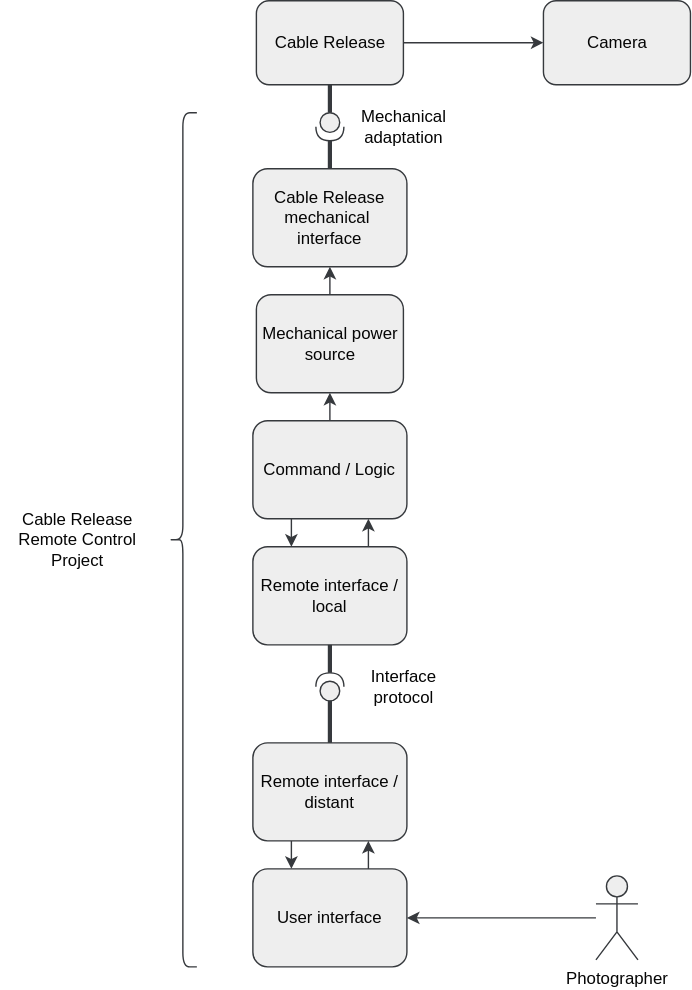
Above: images/functional_design.svg in sebastienroy/cable_release_remote_control (draw.io), before the change. Source tidied: cells renumbered, new cells last; positions are measured from the earlier drawing's top-left corner, leaving out a move shared by most shapes.
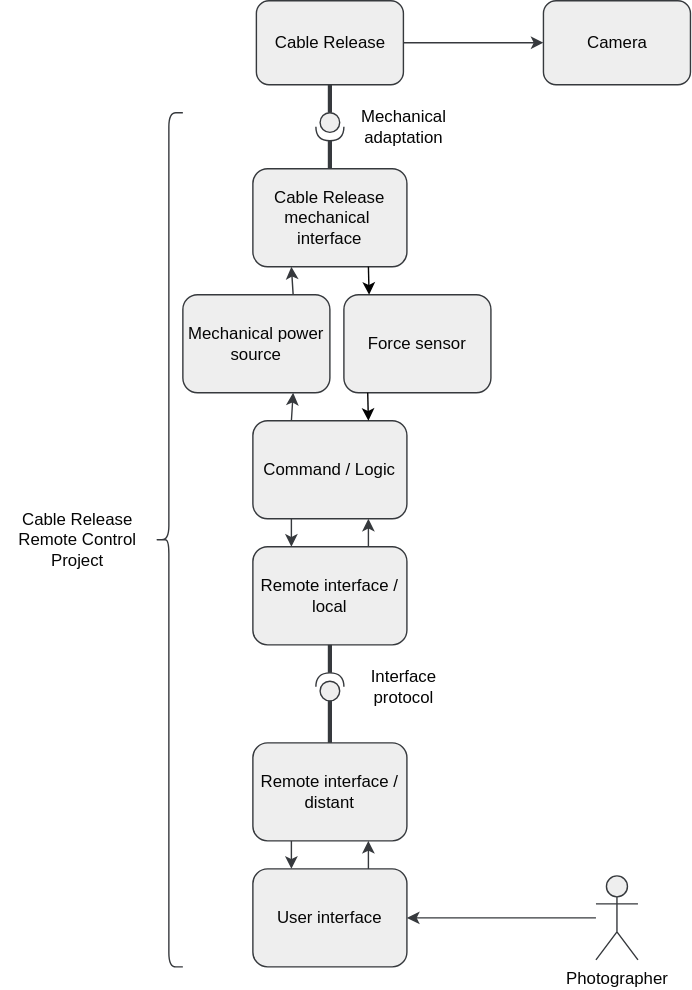
Later version of the same file.

Change to the diagram source:
```diff
@@ -26,7 +26,7 @@
     <mxCell id="9" style="endArrow=none;startArrow=none;endFill=0;startFill=0;endSize=8;html=1;verticalAlign=bottom;labelBackgroundColor=none;strokeWidth=3;exitX=1;exitY=0.5;exitDx=0;exitDy=0;exitPerimeter=0;entryX=0.5;entryY=0;entryDx=0;entryDy=0;strokeColor=#36393d;fillColor=#eeeeee;fontColor=#050505;" parent="1" edge="1" source="7" target="4">
       <mxGeometry relative="1" as="geometry" />
     </mxCell>
-    <mxCell id="10" style="edgeStyle=none;html=1;exitX=0.5;exitY=0;exitDx=0;exitDy=0;entryX=0.5;entryY=1;entryDx=0;entryDy=0;strokeColor=#36393d;fillColor=#eeeeee;fontColor=#050505;" parent="1" edge="1" source="12" target="14">
+    <mxCell id="10" style="edgeStyle=none;html=1;strokeColor=#36393d;fillColor=#eeeeee;fontColor=#050505;exitX=0.25;exitY=0;exitDx=0;exitDy=0;entryX=0.75;entryY=1;entryDx=0;entryDy=0;" parent="1" edge="1" source="12" target="14">
       <mxGeometry relative="1" as="geometry" />
     </mxCell>
     <mxCell id="11" style="edgeStyle=none;html=1;exitX=0.25;exitY=1;exitDx=0;exitDy=0;entryX=0.25;entryY=0;entryDx=0;entryDy=0;strokeColor=#36393d;fillColor=#eeeeee;fontColor=#050505;" parent="1" edge="1" source="12" target="18">
@@ -35,11 +35,11 @@
     <mxCell id="12" value="Command / Logic" style="rounded=1;whiteSpace=wrap;html=1;strokeColor=#36393d;fillColor=#eeeeee;fontColor=#050505;" parent="1" vertex="1">
       <mxGeometry x="180" y="300" width="110" height="70" as="geometry" />
     </mxCell>
-    <mxCell id="13" style="edgeStyle=none;html=1;exitX=0.5;exitY=0;exitDx=0;exitDy=0;entryX=0.5;entryY=1;entryDx=0;entryDy=0;strokeColor=#36393d;fillColor=#eeeeee;fontColor=#050505;" parent="1" edge="1" source="14" target="4">
+    <mxCell id="13" style="edgeStyle=none;html=1;exitX=0.75;exitY=0;exitDx=0;exitDy=0;entryX=0.25;entryY=1;entryDx=0;entryDy=0;strokeColor=#36393d;fillColor=#eeeeee;fontColor=#050505;" parent="1" edge="1" source="14" target="4">
       <mxGeometry relative="1" as="geometry" />
     </mxCell>
     <mxCell id="14" value="Mechanical power source" style="rounded=1;whiteSpace=wrap;html=1;strokeColor=#36393d;fillColor=#eeeeee;fontColor=#050505;" parent="1" vertex="1">
-      <mxGeometry x="182.5" y="210" width="105" height="70" as="geometry" />
+      <mxGeometry x="130" y="210" width="105" height="70" as="geometry" />
     </mxCell>
     <mxCell id="15" style="edgeStyle=none;html=1;exitX=0.25;exitY=1;exitDx=0;exitDy=0;entryX=0.25;entryY=0;entryDx=0;entryDy=0;strokeColor=#36393d;fillColor=#eeeeee;fontColor=#050505;" parent="1" edge="1" source="16" target="20">
       <mxGeometry relative="1" as="geometry" />
@@ -78,10 +78,21 @@
       <mxGeometry x="257.5" y="75" width="60" height="30" as="geometry" />
     </mxCell>
     <mxCell id="27" style="shape=curlyBracket;whiteSpace=wrap;html=1;rounded=1;labelPosition=left;verticalLabelPosition=middle;align=right;verticalAlign=middle;strokeColor=#36393d;fillColor=#eeeeee;fontColor=#050505;" parent="1" vertex="1">
-      <mxGeometry x="120" y="80" width="20" height="610" as="geometry" />
+      <mxGeometry x="110" y="80" width="20" height="610" as="geometry" />
     </mxCell>
     <mxCell id="28" value="Cable Release Remote Control Project" style="text;html=1;strokeColor=none;fillColor=none;align=center;verticalAlign=middle;whiteSpace=wrap;rounded=0;fontColor=#050505;" parent="1" vertex="1">
       <mxGeometry y="355" width="110" height="60" as="geometry" />
     </mxCell>
+    <mxCell id="29" value="Force sensor" style="rounded=1;whiteSpace=wrap;html=1;strokeColor=#36393d;fillColor=#eeeeee;fontColor=#050505;" parent="1" vertex="1">
+      <mxGeometry x="245" y="210" width="105" height="70" as="geometry" />
+    </mxCell>
+    <mxCell id="30" style="edgeStyle=none;html=1;exitX=0.162;exitY=1;exitDx=0;exitDy=0;strokeColor=#030303;exitPerimeter=0;entryX=0.75;entryY=0;entryDx=0;entryDy=0;" parent="1" edge="1" source="29" target="12">
+      <mxGeometry relative="1" as="geometry" />
+    </mxCell>
+    <mxCell id="31" style="edgeStyle=none;html=1;exitX=0.75;exitY=1;exitDx=0;exitDy=0;strokeColor=#030303;" parent="1" edge="1" source="4">
+      <mxGeometry relative="1" as="geometry">
+        <mxPoint x="263" y="210" as="targetPoint" />
+      </mxGeometry>
+    </mxCell>
   </root>
 </mxGraphModel>
```
